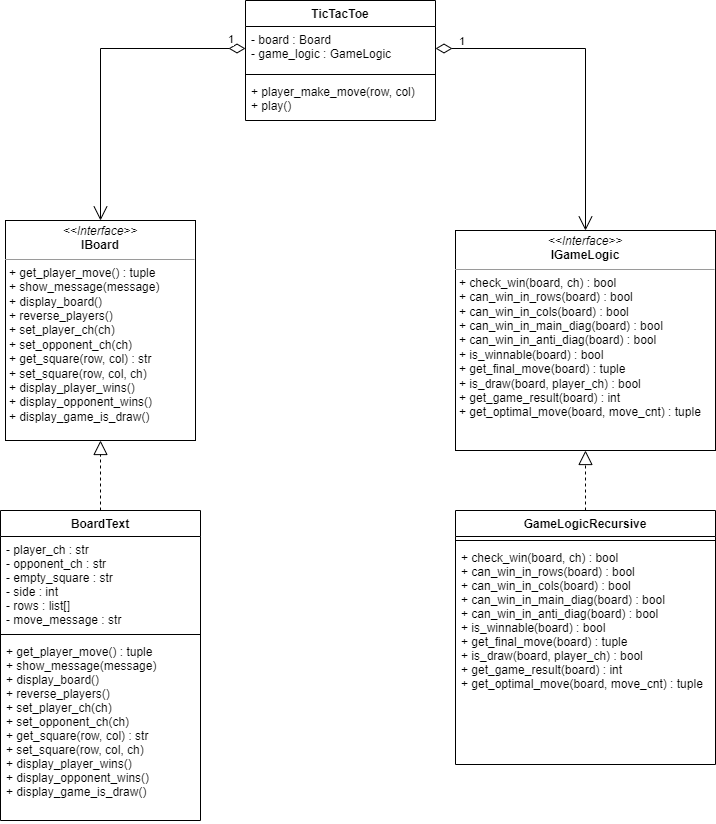
Before: Doc/TicTacToe_Class_Diagram.png, a diagram exported from draw.io (dimitarnn/PythonTicTacToe). Source tidied: cells renumbered, new cells last; positions are measured from the earlier drawing's top-left corner, leaving out a move shared by most shapes.
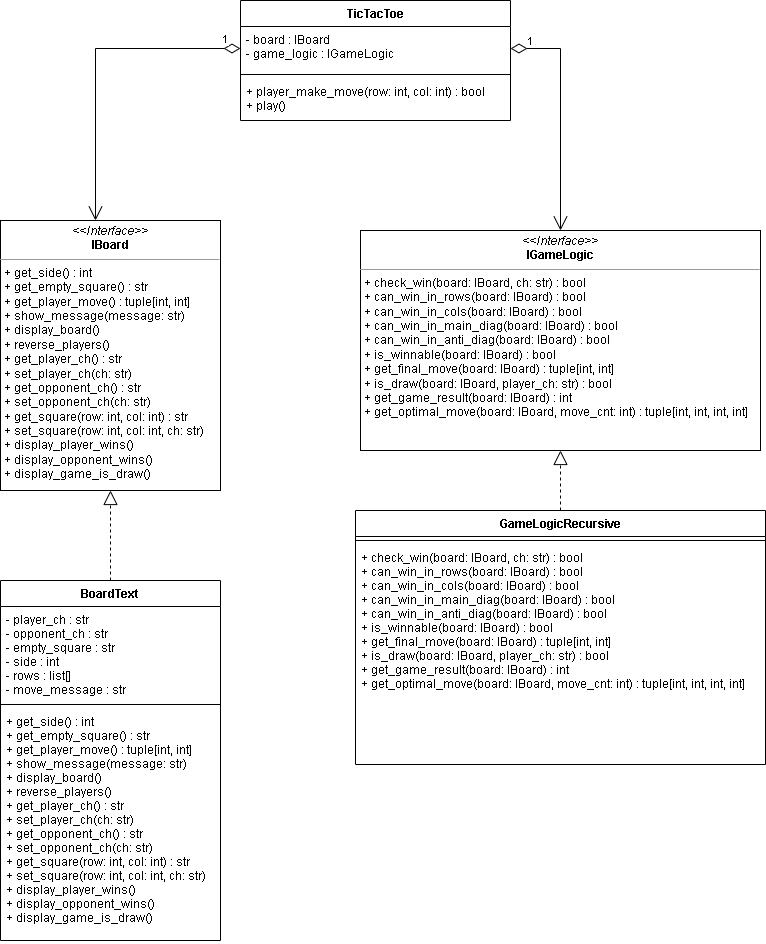
After the commit.

Diff of the diagram source:
```diff
@@ -3,25 +3,25 @@
     <mxCell id="0" />
     <mxCell id="1" parent="0" />
     <mxCell id="2" value="GameLogicRecursive" style="swimlane;fontStyle=1;align=center;verticalAlign=top;horizontal=1;startSize=26;" parent="1" vertex="1">
-      <mxGeometry x="455" y="510" width="260" height="254" as="geometry" />
+      <mxGeometry x="360" y="510" width="410" height="254" as="geometry" />
     </mxCell>
     <mxCell id="3" style="line;strokeWidth=1;fillColor=none;align=left;verticalAlign=middle;spacingTop=-1;spacingLeft=3;spacingRight=3;labelPosition=right;" parent="2" vertex="1">
-      <mxGeometry y="26" width="260" height="8" as="geometry" />
+      <mxGeometry y="26" width="410" height="8" as="geometry" />
     </mxCell>
-    <mxCell id="4" value="+ check_win(board, ch) : bool&#10;+ can_win_in_rows(board) : bool&#10;+ can_win_in_cols(board) : bool&#10;+ can_win_in_main_diag(board) : bool&#10;+ can_win_in_anti_diag(board) : bool&#10;+ is_winnable(board) : bool&#10;+ get_final_move(board) : tuple&#10;+ is_draw(board, player_ch) : bool&#10;+ get_game_result(board) : int&#10;+ get_optimal_move(board, move_cnt) : tuple" style="text;strokeColor=none;fillColor=none;align=left;verticalAlign=top;spacingLeft=4;spacingRight=4;overflow=hidden;" parent="2" vertex="1">
-      <mxGeometry y="34" width="260" height="220" as="geometry" />
+    <mxCell id="4" value="+ check_win(board: IBoard, ch: str) : bool&#10;+ can_win_in_rows(board: IBoard) : bool&#10;+ can_win_in_cols(board: IBoard) : bool&#10;+ can_win_in_main_diag(board: IBoard) : bool&#10;+ can_win_in_anti_diag(board: IBoard) : bool&#10;+ is_winnable(board: IBoard) : bool&#10;+ get_final_move(board: IBoard) : tuple[int, int]&#10;+ is_draw(board: IBoard, player_ch: str) : bool&#10;+ get_game_result(board: IBoard) : int&#10;+ get_optimal_move(board: IBoard, move_cnt: int) : tuple[int, int, int, int]" style="text;strokeColor=none;fillColor=none;align=left;verticalAlign=top;spacingLeft=4;spacingRight=4;overflow=hidden;" parent="2" vertex="1">
+      <mxGeometry y="34" width="410" height="220" as="geometry" />
     </mxCell>
     <mxCell id="5" value="TicTacToe" style="swimlane;fontStyle=1;align=center;verticalAlign=top;horizontal=1;startSize=26;" parent="1" vertex="1">
-      <mxGeometry x="245" width="190" height="120" as="geometry" />
+      <mxGeometry x="245" width="270" height="120" as="geometry" />
     </mxCell>
-    <mxCell id="6" value="- board : Board&#10;- game_logic : GameLogic" style="text;strokeColor=none;fillColor=none;align=left;verticalAlign=top;spacingLeft=4;spacingRight=4;overflow=hidden;points=[[0,0.5],[1,0.5]];portConstraint=eastwest;" parent="5" vertex="1">
-      <mxGeometry y="26" width="190" height="44" as="geometry" />
+    <mxCell id="6" value="- board : IBoard&#10;- game_logic : IGameLogic" style="text;strokeColor=none;fillColor=none;align=left;verticalAlign=top;spacingLeft=4;spacingRight=4;overflow=hidden;points=[[0,0.5],[1,0.5]];portConstraint=eastwest;" parent="5" vertex="1">
+      <mxGeometry y="26" width="270" height="44" as="geometry" />
     </mxCell>
     <mxCell id="7" style="line;strokeWidth=1;fillColor=none;align=left;verticalAlign=middle;spacingTop=-1;spacingLeft=3;spacingRight=3;labelPosition=right;" parent="5" vertex="1">
-      <mxGeometry y="70" width="190" height="8" as="geometry" />
+      <mxGeometry y="70" width="270" height="8" as="geometry" />
     </mxCell>
-    <mxCell id="8" value="+ player_make_move(row, col)&#10;+ play()" style="text;strokeColor=none;fillColor=none;align=left;verticalAlign=top;spacingLeft=4;spacingRight=4;overflow=hidden;" parent="5" vertex="1">
-      <mxGeometry y="78" width="190" height="42" as="geometry" />
+    <mxCell id="8" value="+ player_make_move(row: int, col: int) : bool&#10;+ play()" style="text;strokeColor=none;fillColor=none;align=left;verticalAlign=top;spacingLeft=4;spacingRight=4;overflow=hidden;" parent="5" vertex="1">
+      <mxGeometry y="78" width="270" height="42" as="geometry" />
     </mxCell>
     <mxCell id="9" value="1" style="endArrow=open;html=1;endSize=12;startArrow=diamondThin;startSize=14;startFill=0;edgeStyle=orthogonalEdgeStyle;align=left;verticalAlign=bottom;rounded=0;exitX=0;exitY=0.5;exitDx=0;exitDy=0;" parent="1" edge="1" source="6">
       <mxGeometry x="-0.88" relative="1" as="geometry">
@@ -32,16 +32,16 @@
       <mxGeometry x="-0.87" y="-2" relative="1" as="geometry" />
     </mxCell>
     <mxCell id="11" value="BoardText" style="swimlane;fontStyle=1;align=center;verticalAlign=top;horizontal=1;startSize=26;" parent="1" vertex="1">
-      <mxGeometry y="510" width="200" height="310" as="geometry" />
+      <mxGeometry x="5" y="580" width="220" height="360" as="geometry" />
     </mxCell>
     <mxCell id="12" value="- player_ch : str&#10;- opponent_ch : str&#10;- empty_square : str&#10;- side : int&#10;- rows : list[]&#10;- move_message : str" style="text;strokeColor=none;fillColor=none;align=left;verticalAlign=top;spacingLeft=4;spacingRight=4;overflow=hidden;" parent="11" vertex="1">
-      <mxGeometry y="26" width="200" height="94" as="geometry" />
+      <mxGeometry y="26" width="220" height="94" as="geometry" />
     </mxCell>
     <mxCell id="13" style="line;strokeWidth=1;fillColor=none;align=left;verticalAlign=middle;spacingTop=-1;spacingLeft=3;spacingRight=3;labelPosition=right;" parent="11" vertex="1">
-      <mxGeometry y="120" width="200" height="8" as="geometry" />
+      <mxGeometry y="120" width="220" height="8" as="geometry" />
     </mxCell>
-    <mxCell id="14" value="+ get_player_move() : tuple&#10;+ show_message(message)&#10;+ display_board()&#10;+ reverse_players()&#10;+ set_player_ch(ch)&#10;+ set_opponent_ch(ch)&#10;+ get_square(row, col) : str&#10;+ set_square(row, col, ch)&#10;+ display_player_wins()&#10;+ display_opponent_wins()&#10;+ display_game_is_draw()" style="text;strokeColor=none;fillColor=none;align=left;verticalAlign=top;spacingLeft=4;spacingRight=4;overflow=hidden;" parent="11" vertex="1">
-      <mxGeometry y="128" width="200" height="182" as="geometry" />
+    <mxCell id="14" value="+ get_side() : int&#10;+ get_empty_square() : str&#10;+ get_player_move() : tuple[int, int]&#10;+ show_message(message: str)&#10;+ display_board()&#10;+ reverse_players()&#10;+ get_player_ch() : str&#10;+ set_player_ch(ch: str)&#10;+ get_opponent_ch() : str&#10;+ set_opponent_ch(ch: str)&#10;+ get_square(row: int, col: int) : str&#10;+ set_square(row: int, col: int, ch: str)&#10;+ display_player_wins()&#10;+ display_opponent_wins()&#10;+ display_game_is_draw()" style="text;strokeColor=none;fillColor=none;align=left;verticalAlign=top;spacingLeft=4;spacingRight=4;overflow=hidden;" parent="11" vertex="1">
+      <mxGeometry y="128" width="220" height="232" as="geometry" />
     </mxCell>
     <mxCell id="15" style="endArrow=block;dashed=1;endFill=0;endSize=12;html=1;rounded=0;exitX=0.5;exitY=0;exitDx=0;exitDy=0;entryX=0.5;entryY=1;entryDx=0;entryDy=0;" parent="1" edge="1" source="2" target="18">
       <mxGeometry relative="1" as="geometry" />
@@ -49,11 +49,11 @@
     <mxCell id="16" style="endArrow=block;dashed=1;endFill=0;endSize=12;html=1;rounded=0;exitX=0.5;exitY=0;exitDx=0;exitDy=0;entryX=0.5;entryY=1;entryDx=0;entryDy=0;" parent="1" edge="1" source="11" target="17">
       <mxGeometry relative="1" as="geometry" />
     </mxCell>
-    <mxCell id="17" value="&lt;p style=&quot;margin: 0px ; margin-top: 4px ; text-align: center&quot;&gt;&lt;i&gt;&amp;lt;&amp;lt;Interface&amp;gt;&amp;gt;&lt;/i&gt;&lt;br&gt;&lt;b&gt;IBoard&lt;/b&gt;&lt;/p&gt;&lt;hr size=&quot;1&quot;&gt;&lt;p style=&quot;margin: 0px ; margin-left: 4px&quot;&gt;+ get_player_move() : tuple&lt;br style=&quot;padding: 0px ; margin: 0px&quot;&gt;+ show_message(message)&lt;br style=&quot;padding: 0px ; margin: 0px&quot;&gt;+ display_board()&lt;br style=&quot;padding: 0px ; margin: 0px&quot;&gt;+ reverse_players()&lt;br style=&quot;padding: 0px ; margin: 0px&quot;&gt;+ set_player_ch(ch)&lt;br style=&quot;padding: 0px ; margin: 0px&quot;&gt;+ set_opponent_ch(ch)&lt;br style=&quot;padding: 0px ; margin: 0px&quot;&gt;+ get_square(row, col) : str&lt;br style=&quot;padding: 0px ; margin: 0px&quot;&gt;+ set_square(row, col, ch)&lt;br style=&quot;padding: 0px ; margin: 0px&quot;&gt;+ display_player_wins()&lt;br style=&quot;padding: 0px ; margin: 0px&quot;&gt;+ display_opponent_wins()&lt;br style=&quot;padding: 0px ; margin: 0px&quot;&gt;+ display_game_is_draw()&lt;br&gt;&lt;/p&gt;" style="verticalAlign=top;align=left;overflow=fill;fontSize=12;fontFamily=Helvetica;html=1;" parent="1" vertex="1">
-      <mxGeometry x="5" y="220" width="190" height="220" as="geometry" />
+    <mxCell id="17" value="&lt;p style=&quot;margin: 0px ; margin-top: 4px ; text-align: center&quot;&gt;&lt;i&gt;&amp;lt;&amp;lt;Interface&amp;gt;&amp;gt;&lt;/i&gt;&lt;br&gt;&lt;b&gt;IBoard&lt;/b&gt;&lt;/p&gt;&lt;hr size=&quot;1&quot;&gt;&lt;p style=&quot;margin: 0px ; margin-left: 4px&quot;&gt;+ get_side() : int&lt;/p&gt;&lt;p style=&quot;margin: 0px ; margin-left: 4px&quot;&gt;+ get_empty_square() : str&lt;/p&gt;&lt;p style=&quot;margin: 0px ; margin-left: 4px&quot;&gt;+ get_player_move() : tuple[int, int]&lt;br style=&quot;padding: 0px ; margin: 0px&quot;&gt;+ show_message(message: str)&lt;br style=&quot;padding: 0px ; margin: 0px&quot;&gt;+ display_board()&lt;br style=&quot;padding: 0px ; margin: 0px&quot;&gt;+ reverse_players()&lt;/p&gt;&lt;p style=&quot;margin: 0px ; margin-left: 4px&quot;&gt;+ get_player_ch() : str&lt;br style=&quot;padding: 0px ; margin: 0px&quot;&gt;+ set_player_ch(ch: str)&lt;/p&gt;&lt;p style=&quot;margin: 0px ; margin-left: 4px&quot;&gt;+ get_opponent_ch() : str&lt;br style=&quot;padding: 0px ; margin: 0px&quot;&gt;+ set_opponent_ch(ch: str)&lt;br style=&quot;padding: 0px ; margin: 0px&quot;&gt;+ get_square(row: int, col: int) : str&lt;br style=&quot;padding: 0px ; margin: 0px&quot;&gt;+ set_square(row: int, col: int, ch: str)&lt;br style=&quot;padding: 0px ; margin: 0px&quot;&gt;+ display_player_wins()&lt;br style=&quot;padding: 0px ; margin: 0px&quot;&gt;+ display_opponent_wins()&lt;br style=&quot;padding: 0px ; margin: 0px&quot;&gt;+ display_game_is_draw()&lt;br&gt;&lt;/p&gt;" style="verticalAlign=top;align=left;overflow=fill;fontSize=12;fontFamily=Helvetica;html=1;" parent="1" vertex="1">
+      <mxGeometry x="5" y="220" width="220" height="270" as="geometry" />
     </mxCell>
-    <mxCell id="18" value="&lt;p style=&quot;margin: 0px ; margin-top: 4px ; text-align: center&quot;&gt;&lt;i&gt;&amp;lt;&amp;lt;Interface&amp;gt;&amp;gt;&lt;/i&gt;&lt;br&gt;&lt;b&gt;IGameLogic&lt;/b&gt;&lt;/p&gt;&lt;hr size=&quot;1&quot;&gt;&lt;p style=&quot;margin: 0px ; margin-left: 4px&quot;&gt;+ check_win(board, ch) : bool&lt;br style=&quot;padding: 0px ; margin: 0px&quot;&gt;+ can_win_in_rows(board) : bool&lt;br style=&quot;padding: 0px ; margin: 0px&quot;&gt;+ can_win_in_cols(board) : bool&lt;br style=&quot;padding: 0px ; margin: 0px&quot;&gt;+ can_win_in_main_diag(board) : bool&lt;br style=&quot;padding: 0px ; margin: 0px&quot;&gt;+ can_win_in_anti_diag(board) : bool&lt;br style=&quot;padding: 0px ; margin: 0px&quot;&gt;+ is_winnable(board) : bool&lt;br style=&quot;padding: 0px ; margin: 0px&quot;&gt;+ get_final_move(board) : tuple&lt;br style=&quot;padding: 0px ; margin: 0px&quot;&gt;+ is_draw(board, player_ch) : bool&lt;br style=&quot;padding: 0px ; margin: 0px&quot;&gt;+ get_game_result(board) : int&lt;br style=&quot;padding: 0px ; margin: 0px&quot;&gt;+ get_optimal_move(board, move_cnt) : tuple&lt;br&gt;&lt;/p&gt;" style="verticalAlign=top;align=left;overflow=fill;fontSize=12;fontFamily=Helvetica;html=1;" parent="1" vertex="1">
-      <mxGeometry x="455" y="230" width="260" height="220" as="geometry" />
+    <mxCell id="18" value="&lt;p style=&quot;margin: 0px ; margin-top: 4px ; text-align: center&quot;&gt;&lt;i&gt;&amp;lt;&amp;lt;Interface&amp;gt;&amp;gt;&lt;/i&gt;&lt;br&gt;&lt;b&gt;IGameLogic&lt;/b&gt;&lt;/p&gt;&lt;hr size=&quot;1&quot;&gt;&lt;p style=&quot;margin: 0px ; margin-left: 4px&quot;&gt;+ check_win(board: IBoard, ch: str) : bool&lt;br style=&quot;padding: 0px ; margin: 0px&quot;&gt;+ can_win_in_rows(board: IBoard) : bool&lt;br style=&quot;padding: 0px ; margin: 0px&quot;&gt;+ can_win_in_cols(board: IBoard) : bool&lt;br style=&quot;padding: 0px ; margin: 0px&quot;&gt;+ can_win_in_main_diag(board: IBoard) : bool&lt;br style=&quot;padding: 0px ; margin: 0px&quot;&gt;+ can_win_in_anti_diag(board: IBoard) : bool&lt;br style=&quot;padding: 0px ; margin: 0px&quot;&gt;+ is_winnable(board: IBoard) : bool&lt;br style=&quot;padding: 0px ; margin: 0px&quot;&gt;+ get_final_move(board: IBoard) : tuple[int, int]&lt;br style=&quot;padding: 0px ; margin: 0px&quot;&gt;+ is_draw(board: IBoard, player_ch: str) : bool&lt;br style=&quot;padding: 0px ; margin: 0px&quot;&gt;+ get_game_result(board: IBoard) : int&lt;br style=&quot;padding: 0px ; margin: 0px&quot;&gt;+ get_optimal_move(board: IBoard, move_cnt: int) : tuple[int, int, int, int]&lt;br&gt;&lt;/p&gt;" style="verticalAlign=top;align=left;overflow=fill;fontSize=12;fontFamily=Helvetica;html=1;" parent="1" vertex="1">
+      <mxGeometry x="365" y="230" width="400" height="220" as="geometry" />
     </mxCell>
   </root>
 </mxGraphModel>
```
